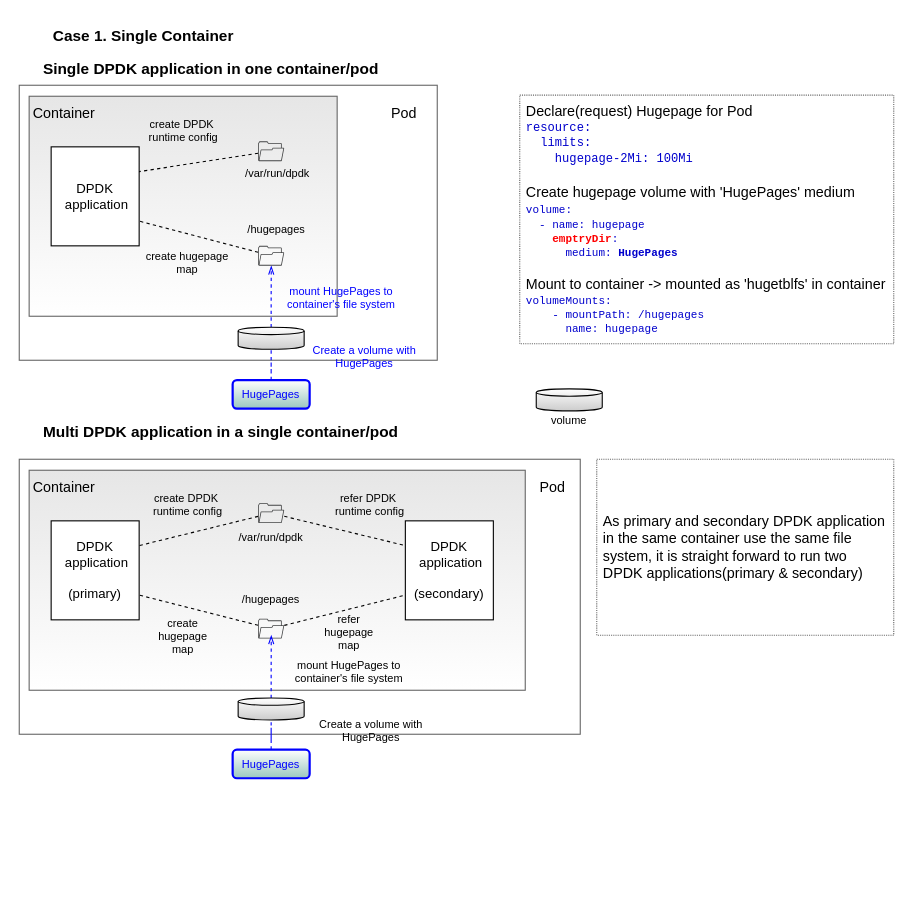
Earlier version of the draw.io diagram page "1 container-1 pod" (3 of 5) of dpdk multi-process.drawio (cychong47/how-to-share-hugepage-in-k8s). Source tidied: cells renumbered, new cells numbered last; positions are measured from the earlier drawing's top-left corner, leaving out a move shared by most shapes. Both pictures are drawn from the tidied source at 110%, with x=0, y=0 at pixel (19, 19).
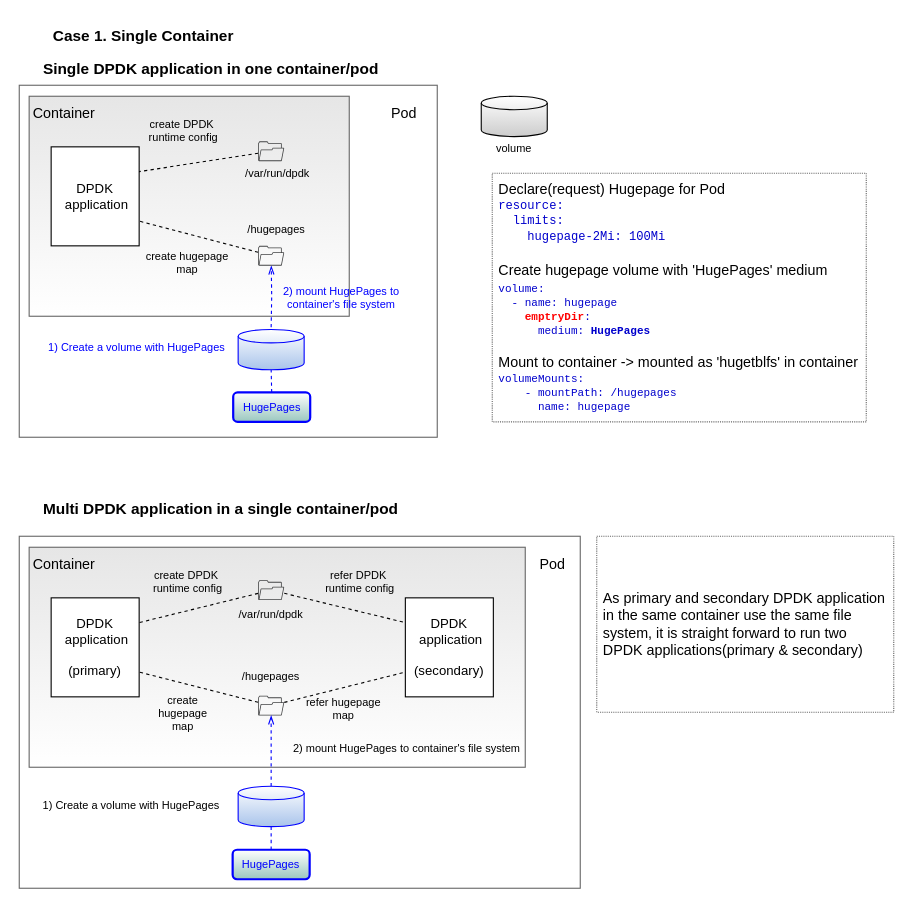
The same diagram, later.

Commit message (it also covers changes not shown here):
add two container and two pod case

Unchanged cells that the change refers to:
```xml
<mxCell id="38" style="sketch=0;shadow=0;dashed=0;html=1;strokeColor=none;fillColor=#434445;labelPosition=center;verticalLabelPosition=bottom;verticalAlign=top;align=center;outlineConnect=0;shape=mxgraph.vvd.folder;rounded=1;glass=0;fontFamily=Courier New;fontSize=12;fontColor=#000000;" parent="1" vertex="1">
  <mxGeometry x="217.2" y="206" width="23.7" height="18" as="geometry" />
</mxCell>
```

Diff of the diagram source:
```diff
@@
     <mxCell id="2" style="rounded=0;whiteSpace=wrap;html=1;fontSize=14;fontColor=#0000FF;strokeColor=#666666;fillColor=#E6E6E6;strokeWidth=1;gradientColor=#ffffff;" parent="1" vertex="1">
-      <mxGeometry x="9" y="410" width="451" height="200" as="geometry" />
+      <mxGeometry x="9" y="480" width="451" height="200" as="geometry" />
     </mxCell>
     <mxCell id="3" style="rounded=0;whiteSpace=wrap;html=1;fontSize=14;fontColor=#0000FF;strokeColor=#666666;fillColor=none;strokeWidth=1;glass=0;sketch=0;gradientColor=#ffffff;" parent="1" vertex="1">
-      <mxGeometry y="400" width="510" height="250" as="geometry" />
+      <mxGeometry y="470" width="510" height="320" as="geometry" />
     </mxCell>
     <mxCell id="4" style="rounded=0;whiteSpace=wrap;html=1;fontSize=14;fontColor=#0000FF;strokeColor=#666666;fillColor=none;strokeWidth=1;glass=0;sketch=0;gradientColor=#ffffff;" parent="1" vertex="1">
-      <mxGeometry y="60" width="380" height="250" as="geometry" />
+      <mxGeometry y="60" width="380" height="320" as="geometry" />
     </mxCell>
     <mxCell id="5" style="rounded=0;whiteSpace=wrap;html=1;fontSize=14;fontColor=#0000FF;strokeColor=#666666;fillColor=#E6E6E6;strokeWidth=1;gradientColor=#ffffff;" parent="1" vertex="1">
-      <mxGeometry x="9" y="70" width="280" height="200" as="geometry" />
+      <mxGeometry x="9" y="70" width="291" height="200" as="geometry" />
     </mxCell>
     <mxCell id="6" value="DPDK &amp;nbsp;application&lt;br&gt;&lt;br&gt;(secondary)" style="rounded=0;whiteSpace=wrap;html=1;strokeColor=#000000;fontColor=#000000;" parent="1" vertex="1">
-      <mxGeometry x="351" y="456" width="80" height="90" as="geometry" />
+      <mxGeometry x="351" y="526" width="80" height="90" as="geometry" />
     </mxCell>
     <mxCell id="7" value="refer hugepage&lt;br style=&quot;font-size: 10px&quot;&gt;map" style="text;html=1;strokeColor=none;fillColor=none;align=center;verticalAlign=middle;whiteSpace=wrap;rounded=0;fontColor=#000000;fontSize=10;" parent="1" vertex="1">
-      <mxGeometry x="270" y="542" width="60" height="30" as="geometry" />
+      <mxGeometry x="260" y="612" width="70" height="30" as="geometry" />
     </mxCell>
     <mxCell id="8" value="refer DPDK&amp;nbsp;&lt;br style=&quot;font-size: 10px&quot;&gt;runtime&amp;nbsp;config" style="text;html=1;strokeColor=none;fillColor=none;align=center;verticalAlign=middle;whiteSpace=wrap;rounded=0;fontColor=#000000;fontSize=10;" parent="1" vertex="1">
-      <mxGeometry x="289" y="426" width="60" height="30" as="geometry" />
+      <mxGeometry x="280" y="496" width="60" height="30" as="geometry" />
     </mxCell>
@@
-    <mxCell id="11" value="&lt;font style=&quot;font-size: 10px;&quot;&gt;mount HugePages to container's file system&lt;/font&gt;" style="text;html=1;strokeColor=none;fillColor=none;align=center;verticalAlign=middle;whiteSpace=wrap;rounded=0;fontSize=10;fontColor=#0000FF;" parent="1" vertex="1">
+    <mxCell id="11" value="&lt;font style=&quot;font-size: 10px&quot;&gt;2) mount HugePages to container's file system&lt;/font&gt;" style="text;html=1;strokeColor=none;fillColor=none;align=center;verticalAlign=middle;whiteSpace=wrap;rounded=0;fontSize=10;fontColor=#0000FF;" parent="1" vertex="1">
       <mxGeometry x="238" y="236" width="110" height="34" as="geometry" />
     </mxCell>
@@
-    <mxCell id="17" style="edgeStyle=orthogonalEdgeStyle;rounded=0;jettySize=auto;html=1;dashed=1;fontSize=10;fontColor=#0000FF;strokeWidth=1;endArrow=openThin;endFill=0;strokeColor=#0000FF;startArrow=none;exitX=0.5;exitY=0;exitDx=0;exitDy=0;exitPerimeter=0;" parent="1" edge="1" source="39" target="38">
-      <mxGeometry relative="1" as="geometry" />
+    <mxCell id="17" style="edgeStyle=orthogonalEdgeStyle;rounded=0;jettySize=auto;html=1;dashed=1;fontSize=10;fontColor=#0000FF;strokeWidth=1;endArrow=openThin;endFill=0;strokeColor=#0000FF;startArrow=none;exitX=0.5;exitY=0;exitDx=0;exitDy=0;exitPerimeter=0;" parent="1" edge="1" target="38">
+      <mxGeometry relative="1" as="geometry">
+        <mxPoint x="229" y="280" as="sourcePoint" />
+      </mxGeometry>
     </mxCell>
-    <mxCell id="18" value="HugePages" style="rounded=1;whiteSpace=wrap;html=1;fontSize=10;fontColor=#0000FF;strokeColor=#0000FF;strokeWidth=2;fillColor=#9AC7BF;gradientColor=#ffffff;gradientDirection=north;" parent="1" vertex="1">
-      <mxGeometry x="194" y="328" width="70" height="26" as="geometry" />
-    </mxCell>
     <mxCell id="19" value="&lt;div&gt;&lt;font size=&quot;2&quot;&gt;Declare(request) Hugepage for Pod&lt;/font&gt;&lt;/div&gt;&lt;div style=&quot;font-size: 11px&quot;&gt;&lt;/div&gt;&lt;div style=&quot;font-size: 11px&quot;&gt;&lt;font color=&quot;#0000cc&quot; style=&quot;font-size: 11px&quot; face=&quot;Courier New&quot;&gt;resource:&lt;/font&gt;&lt;/div&gt;&lt;div style=&quot;font-size: 11px&quot;&gt;&lt;font color=&quot;#0000cc&quot; style=&quot;font-size: 11px&quot; face=&quot;Courier New&quot;&gt;&amp;nbsp; limits:&lt;/font&gt;&lt;/div&gt;&lt;div style=&quot;font-size: 11px&quot;&gt;&lt;font color=&quot;#0000cc&quot; style=&quot;font-size: 11px&quot; face=&quot;Courier New&quot;&gt;&amp;nbsp; &amp;nbsp; hugepage-2Mi: 100Mi&lt;/font&gt;&lt;/div&gt;&lt;div&gt;&lt;font size=&quot;2&quot;&gt;&lt;br&gt;&lt;/font&gt;&lt;/div&gt;&lt;div&gt;&lt;font size=&quot;2&quot;&gt;Create hugepage volume with 'HugePages' medium&lt;/font&gt;&lt;/div&gt;&lt;div&gt;&lt;span style=&quot;font-size: 10px ; color: rgb(0 , 0 , 204) ; font-family: &amp;#34;courier new&amp;#34;&quot;&gt;volume:&lt;/span&gt;&lt;br&gt;&lt;/div&gt;&lt;div style=&quot;font-size: 10px&quot;&gt;&lt;font face=&quot;Courier New&quot; style=&quot;font-size: 10px&quot; color=&quot;#0000cc&quot;&gt;&lt;font style=&quot;font-size: 10px&quot;&gt;&amp;nbsp;&lt;/font&gt;&lt;font style=&quot;font-size: 10px&quot;&gt; - name: hugepage&lt;/font&gt;&lt;/font&gt;&lt;/div&gt;&lt;div style=&quot;font-size: 10px&quot;&gt;&lt;font face=&quot;Courier New&quot; style=&quot;font-size: 10px&quot;&gt;&lt;font color=&quot;#0000cc&quot;&gt;&amp;nbsp; &amp;nbsp; &lt;/font&gt;&lt;b&gt;&lt;font color=&quot;#ff0000&quot;&gt;emptryDir&lt;/font&gt;&lt;/b&gt;&lt;font color=&quot;#0000cc&quot;&gt;:&lt;/font&gt;&lt;/font&gt;&lt;/div&gt;&lt;div style=&quot;font-size: 10px&quot;&gt;&lt;font face=&quot;Courier New&quot; style=&quot;font-size: 10px&quot; color=&quot;#0000cc&quot;&gt;&amp;nbsp; &amp;nbsp; &amp;nbsp; medium: &lt;b&gt;HugePages&lt;/b&gt;&lt;/font&gt;&lt;/div&gt;&lt;div&gt;&lt;br&gt;&lt;/div&gt;&lt;div&gt;&lt;font size=&quot;2&quot;&gt;Mount to container -&amp;gt; mounted as 'hugetblfs' in container&lt;/font&gt;&lt;/div&gt;&lt;div style=&quot;font-size: 10px&quot;&gt;&lt;font color=&quot;#0000cc&quot; style=&quot;font-size: 10px&quot; face=&quot;Courier New&quot;&gt;volumeMounts:&lt;/font&gt;&lt;/div&gt;&lt;div style=&quot;font-size: 10px&quot;&gt;&lt;font color=&quot;#0000cc&quot; style=&quot;font-size: 10px&quot; face=&quot;Courier New&quot;&gt;&amp;nbsp; &amp;nbsp; - mountPath: /hugepages&lt;/font&gt;&lt;/div&gt;&lt;div style=&quot;font-size: 10px&quot;&gt;&lt;font color=&quot;#0000cc&quot; style=&quot;font-size: 10px&quot; face=&quot;Courier New&quot;&gt;&amp;nbsp; &amp;nbsp; &amp;nbsp; name: hugepage&lt;/font&gt;&lt;/div&gt;" style="text;html=1;strokeColor=#666666;fillColor=none;align=left;verticalAlign=middle;whiteSpace=wrap;rounded=0;fontFamily=Helvetica;dashed=1;spacing=6;dashPattern=1 1;" parent="1" vertex="1">
-      <mxGeometry x="455" y="69" width="340" height="226" as="geometry" />
+      <mxGeometry x="430" y="140" width="340" height="226" as="geometry" />
     </mxCell>
@@
     <mxCell id="22" value="DPDK &amp;nbsp;application&lt;br&gt;&lt;br&gt;(primary)" style="rounded=0;whiteSpace=wrap;html=1;" parent="1" vertex="1">
-      <mxGeometry x="29" y="456" width="80" height="90" as="geometry" />
+      <mxGeometry x="29" y="526" width="80" height="90" as="geometry" />
     </mxCell>
-    <mxCell id="23" value="&lt;font style=&quot;font-size: 10px;&quot;&gt;mount HugePages to container's file system&lt;/font&gt;" style="text;html=1;strokeColor=none;fillColor=none;align=center;verticalAlign=middle;whiteSpace=wrap;rounded=0;fontSize=10;fontColor=#000000;" parent="1" vertex="1">
-      <mxGeometry x="245" y="576" width="110" height="34" as="geometry" />
+    <mxCell id="23" value="&lt;font style=&quot;font-size: 10px&quot;&gt;2) mount HugePages to container's file system&lt;/font&gt;" style="text;html=1;strokeColor=none;fillColor=none;align=center;verticalAlign=middle;whiteSpace=wrap;rounded=0;fontSize=10;fontColor=#000000;" parent="1" vertex="1">
+      <mxGeometry x="245" y="646" width="215" height="34" as="geometry" />
     </mxCell>
     <mxCell id="24" value="create DPDK&amp;nbsp;&lt;br style=&quot;font-size: 10px&quot;&gt;runtime&amp;nbsp;config" style="text;html=1;strokeColor=none;fillColor=none;align=center;verticalAlign=middle;whiteSpace=wrap;rounded=0;fontSize=10;" parent="1" vertex="1">
-      <mxGeometry x="109" y="426" width="89" height="30" as="geometry" />
+      <mxGeometry x="109" y="496" width="89" height="30" as="geometry" />
     </mxCell>
@@
     <mxCell id="27" value="/var/run/dpdk" style="text;html=1;strokeColor=none;fillColor=none;align=center;verticalAlign=middle;whiteSpace=wrap;rounded=0;fontSize=10;" parent="1" vertex="1">
-      <mxGeometry x="199" y="456" width="60" height="30" as="geometry" />
+      <mxGeometry x="199" y="526" width="60" height="30" as="geometry" />
     </mxCell>
     <mxCell id="28" value="create hugepage&lt;br style=&quot;font-size: 10px&quot;&gt;map" style="text;html=1;strokeColor=none;fillColor=none;align=center;verticalAlign=middle;whiteSpace=wrap;rounded=0;fontSize=10;" parent="1" vertex="1">
-      <mxGeometry x="119" y="546" width="60" height="30" as="geometry" />
+      <mxGeometry x="119" y="616" width="60" height="30" as="geometry" />
     </mxCell>
     <mxCell id="29" value="&lt;font face=&quot;Helvetica&quot; color=&quot;#000000&quot; size=&quot;1&quot;&gt;&lt;span style=&quot;font-size: 13px&quot;&gt;Pod&lt;/span&gt;&lt;/font&gt;" style="text;html=1;strokeColor=none;fillColor=none;align=center;verticalAlign=middle;whiteSpace=wrap;rounded=0;shadow=1;glass=0;sketch=0;fontFamily=Courier New;fontSize=10;fontColor=#0000CC;" parent="1" vertex="1">
-      <mxGeometry x="460" y="410" width="50" height="30" as="geometry" />
+      <mxGeometry x="460" y="480" width="50" height="30" as="geometry" />
     </mxCell>
     <mxCell id="30" value="&lt;font face=&quot;Helvetica&quot; color=&quot;#000000&quot; size=&quot;1&quot;&gt;&lt;span style=&quot;font-size: 13px&quot;&gt;Container&lt;/span&gt;&lt;/font&gt;" style="text;html=1;strokeColor=none;fillColor=none;align=center;verticalAlign=middle;whiteSpace=wrap;rounded=0;shadow=1;glass=0;sketch=0;fontFamily=Courier New;fontSize=10;fontColor=#0000CC;" parent="1" vertex="1">
-      <mxGeometry x="11" y="410" width="60" height="30" as="geometry" />
+      <mxGeometry x="11" y="480" width="60" height="30" as="geometry" />
     </mxCell>
@@
     <mxCell id="33" value="&lt;div&gt;&lt;font size=&quot;2&quot;&gt;As primary and secondary DPDK application in the same container use the same file system, it is straight forward to run two DPDK applications(primary &amp;amp; secondary)&amp;nbsp;&lt;/font&gt;&lt;/div&gt;" style="text;html=1;strokeColor=#666666;fillColor=none;align=left;verticalAlign=middle;whiteSpace=wrap;rounded=0;fontFamily=Helvetica;dashed=1;spacing=6;dashPattern=1 1;" parent="1" vertex="1">
-      <mxGeometry x="525" y="400" width="270" height="160" as="geometry" />
+      <mxGeometry x="525" y="470" width="270" height="160" as="geometry" />
     </mxCell>
@@
     <mxCell id="35" value="Multi DPDK application in a single container/pod" style="text;html=1;strokeColor=none;fillColor=none;align=left;verticalAlign=middle;whiteSpace=wrap;rounded=0;fontSize=14;fontStyle=1;" parent="1" vertex="1">
-      <mxGeometry x="20" y="360" width="360" height="30" as="geometry" />
+      <mxGeometry x="20" y="430" width="360" height="30" as="geometry" />
     </mxCell>
-    <mxCell id="36" style="edgeStyle=orthogonalEdgeStyle;rounded=0;jettySize=auto;html=1;dashed=1;fontSize=10;fontColor=#0000FF;strokeWidth=1;endArrow=none;endFill=0;strokeColor=#0000FF;entryX=0.5;entryY=1;entryDx=0;entryDy=0;entryPerimeter=0;" parent="1" edge="1" source="18" target="39">
-      <mxGeometry relative="1" as="geometry" />
-    </mxCell>
-    <mxCell id="37" value="&lt;font style=&quot;font-size: 10px&quot;&gt;volume&lt;/font&gt;" style="text;html=1;strokeColor=none;fillColor=none;align=center;verticalAlign=middle;whiteSpace=wrap;rounded=0;fontSize=10;fontColor=#000000;" parent="1" vertex="1">
-      <mxGeometry x="450" y="347" width="100" height="34" as="geometry" />
-    </mxCell>
@@
-    <mxCell id="39" style="strokeWidth=1;html=1;shape=mxgraph.flowchart.database;whiteSpace=wrap;rounded=1;shadow=0;glass=0;sketch=0;fontFamily=Courier New;fontSize=12;fontColor=#000000;fillColor=#CCCCCC;gradientColor=#ffffff;gradientDirection=north;" parent="1" vertex="1">
-      <mxGeometry x="199" y="280" width="60" height="20" as="geometry" />
-    </mxCell>
-    <mxCell id="40" style="strokeWidth=1;html=1;shape=mxgraph.flowchart.database;whiteSpace=wrap;rounded=1;shadow=0;glass=0;sketch=0;fontFamily=Courier New;fontSize=12;fontColor=#000000;fillColor=#CCCCCC;gradientColor=#ffffff;gradientDirection=north;" parent="1" vertex="1">
-      <mxGeometry x="470" y="336" width="60" height="20" as="geometry" />
-    </mxCell>
@@
     <mxCell id="43" style="sketch=0;shadow=0;dashed=0;html=1;strokeColor=none;fillColor=#434445;labelPosition=center;verticalLabelPosition=bottom;verticalAlign=top;align=center;outlineConnect=0;shape=mxgraph.vvd.folder;rounded=1;glass=0;fontFamily=Courier New;fontSize=12;fontColor=#000000;" parent="1" vertex="1">
-      <mxGeometry x="217.2" y="440" width="23.7" height="18" as="geometry" />
+      <mxGeometry x="217.2" y="510" width="23.7" height="18" as="geometry" />
     </mxCell>
     <mxCell id="44" style="sketch=0;shadow=0;dashed=0;html=1;strokeColor=none;fillColor=#434445;labelPosition=center;verticalLabelPosition=bottom;verticalAlign=top;align=center;outlineConnect=0;shape=mxgraph.vvd.folder;rounded=1;glass=0;fontFamily=Courier New;fontSize=12;fontColor=#000000;" parent="1" vertex="1">
-      <mxGeometry x="217.2" y="545" width="23.7" height="18" as="geometry" />
+      <mxGeometry x="217.2" y="615" width="23.7" height="18" as="geometry" />
     </mxCell>
-    <mxCell id="45" style="edgeStyle=orthogonalEdgeStyle;rounded=0;jettySize=auto;html=1;dashed=1;fontSize=10;fontColor=#0000FF;strokeWidth=1;endArrow=openThin;endFill=0;strokeColor=#0000FF;startArrow=none;exitX=0.5;exitY=0;exitDx=0;exitDy=0;exitPerimeter=0;" parent="1" edge="1" source="48">
-      <mxGeometry relative="1" as="geometry">
-        <mxPoint x="229.1" y="560" as="targetPoint" />
-      </mxGeometry>
-    </mxCell>
-    <mxCell id="46" value="HugePages" style="rounded=1;whiteSpace=wrap;html=1;fontSize=10;fontColor=#0000FF;strokeColor=#0000FF;strokeWidth=2;fillColor=#9AC7BF;gradientColor=#ffffff;gradientDirection=north;" parent="1" vertex="1">
-      <mxGeometry x="194" y="664" width="70" height="26" as="geometry" />
-    </mxCell>
-    <mxCell id="47" style="edgeStyle=orthogonalEdgeStyle;rounded=0;jettySize=auto;html=1;dashed=1;fontSize=10;fontColor=#0000FF;strokeWidth=1;endArrow=none;endFill=0;strokeColor=#0000FF;entryX=0.5;entryY=1;entryDx=0;entryDy=0;entryPerimeter=0;" parent="1" edge="1" source="46" target="48">
-      <mxGeometry relative="1" as="geometry" />
-    </mxCell>
-    <mxCell id="48" style="strokeWidth=1;html=1;shape=mxgraph.flowchart.database;whiteSpace=wrap;rounded=1;shadow=0;glass=0;sketch=0;fontFamily=Courier New;fontSize=12;fontColor=#000000;fillColor=#CCCCCC;gradientColor=#ffffff;gradientDirection=north;" parent="1" vertex="1">
-      <mxGeometry x="199" y="617" width="60" height="20" as="geometry" />
-    </mxCell>
-    <mxCell id="49" value="&lt;font style=&quot;font-size: 10px&quot;&gt;Create a volume with HugePages&lt;/font&gt;" style="text;html=1;strokeColor=none;fillColor=none;align=center;verticalAlign=middle;whiteSpace=wrap;rounded=0;fontSize=10;fontColor=#0000FF;" parent="1" vertex="1">
-      <mxGeometry x="259" y="290" width="110" height="34" as="geometry" />
+    <mxCell id="49" value="&lt;font style=&quot;font-size: 10px&quot;&gt;1) Create a volume with HugePages&lt;/font&gt;" style="text;html=1;strokeColor=none;fillColor=none;align=center;verticalAlign=middle;whiteSpace=wrap;rounded=0;fontSize=10;fontColor=#0000FF;" parent="1" vertex="1">
+      <mxGeometry x="14" y="281.4" width="186" height="34" as="geometry" />
     </mxCell>
     <mxCell id="50" value="/hugepages" style="text;html=1;strokeColor=none;fillColor=none;align=center;verticalAlign=middle;whiteSpace=wrap;rounded=0;fontSize=10;" parent="1" vertex="1">
-      <mxGeometry x="199" y="512" width="60" height="30" as="geometry" />
+      <mxGeometry x="199" y="582" width="60" height="30" as="geometry" />
     </mxCell>
-    <mxCell id="51" value="&lt;font style=&quot;font-size: 10px&quot;&gt;Create a volume with HugePages&lt;/font&gt;" style="text;html=1;strokeColor=none;fillColor=none;align=center;verticalAlign=middle;whiteSpace=wrap;rounded=0;fontSize=10;fontColor=#000000;" parent="1" vertex="1">
-      <mxGeometry x="264.5" y="630" width="110" height="34" as="geometry" />
+    <mxCell id="51" value="&lt;font style=&quot;font-size: 10px&quot;&gt;1) Create a volume with HugePages&lt;/font&gt;" style="text;html=1;strokeColor=none;fillColor=none;align=center;verticalAlign=middle;whiteSpace=wrap;rounded=0;fontSize=10;fontColor=#000000;" parent="1" vertex="1">
+      <mxGeometry x="14" y="697.3" width="175.5" height="34" as="geometry" />
     </mxCell>
+    <mxCell id="52" style="strokeWidth=1;html=1;shape=mxgraph.flowchart.database;whiteSpace=wrap;rounded=1;shadow=0;glass=0;sketch=0;fontFamily=Courier New;fontSize=12;fontColor=#000000;fillColor=#A9C4EB;gradientColor=#ffffff;gradientDirection=north;strokeColor=#0000FF;" parent="1" vertex="1">
+      <mxGeometry x="199" y="282" width="60" height="36.7" as="geometry" />
+    </mxCell>
+    <mxCell id="53" style="strokeWidth=1;html=1;shape=mxgraph.flowchart.database;whiteSpace=wrap;rounded=1;shadow=0;glass=0;sketch=0;fontFamily=Courier New;fontSize=12;fontColor=#000000;fillColor=#A9C4EB;gradientColor=#ffffff;gradientDirection=north;fontStyle=1;strokeColor=#0000FF;" parent="1" vertex="1">
+      <mxGeometry x="199" y="697.3" width="60" height="36.7" as="geometry" />
+    </mxCell>
+    <mxCell id="54" style="group;" parent="1" vertex="1">
+      <mxGeometry x="400" y="70" width="100" height="63.7" as="geometry" />
+    </mxCell>
+    <mxCell id="37" value="&lt;font style=&quot;font-size: 10px&quot;&gt;volume&lt;/font&gt;" style="text;html=1;strokeColor=none;fillColor=none;align=center;verticalAlign=middle;whiteSpace=wrap;rounded=0;fontSize=10;fontColor=#000000;" parent="54" vertex="1">
+      <mxGeometry y="29.7" width="100" height="34" as="geometry" />
+    </mxCell>
+    <mxCell id="55" style="strokeWidth=1;html=1;shape=mxgraph.flowchart.database;whiteSpace=wrap;rounded=1;shadow=0;glass=0;sketch=0;fontFamily=Courier New;fontSize=12;fontColor=#000000;fillColor=#CCCCCC;gradientColor=#ffffff;gradientDirection=north;" parent="54" vertex="1">
+      <mxGeometry x="20" width="60" height="36.7" as="geometry" />
+    </mxCell>
+    <mxCell id="56" style="endArrow=openThin;html=1;rounded=0;dashed=1;fontFamily=Courier New;fontSize=11;fontColor=#FF0000;strokeColor=#0000FF;strokeWidth=1;exitX=0.5;exitY=0;exitDx=0;exitDy=0;exitPerimeter=0;endFill=0;" parent="1" edge="1" source="53">
+      <mxGeometry relative="1" as="geometry">
+        <mxPoint x="229" y="633" as="targetPoint" />
+      </mxGeometry>
+    </mxCell>
+    <mxCell id="57" value="HugePages" style="rounded=1;whiteSpace=wrap;html=1;fontSize=10;fontColor=#0000FF;strokeColor=#0000FF;strokeWidth=2;fillColor=#9AC7BF;gradientColor=#ffffff;gradientDirection=north;" parent="1" vertex="1">
+      <mxGeometry x="194" y="755" width="70" height="26.8" as="geometry" />
+    </mxCell>
+    <mxCell id="58" value="HugePages" style="rounded=1;whiteSpace=wrap;html=1;fontSize=10;fontColor=#0000FF;strokeColor=#0000FF;strokeWidth=2;fillColor=#9AC7BF;gradientColor=#ffffff;gradientDirection=north;" parent="1" vertex="1">
+      <mxGeometry x="194.5" y="339.2" width="70" height="26.8" as="geometry" />
+    </mxCell>
+    <mxCell id="59" style="endArrow=none;dashed=1;html=1;rounded=0;fontFamily=Courier New;fontSize=11;fontColor=#FF0000;strokeColor=#0000FF;strokeWidth=1;exitX=0.5;exitY=0;exitDx=0;exitDy=0;entryX=0.5;entryY=1;entryDx=0;entryDy=0;entryPerimeter=0;" parent="1" edge="1" source="58" target="52">
+      <mxGeometry relative="1" as="geometry" />
+    </mxCell>
+    <mxCell id="60" style="endArrow=none;dashed=1;html=1;rounded=0;fontFamily=Courier New;fontSize=11;fontColor=#FF0000;strokeColor=#0000FF;strokeWidth=1;entryX=0.5;entryY=1;entryDx=0;entryDy=0;entryPerimeter=0;exitX=0.5;exitY=0;exitDx=0;exitDy=0;" parent="1" edge="1" source="57" target="53">
+      <mxGeometry relative="1" as="geometry" />
+    </mxCell>
```
